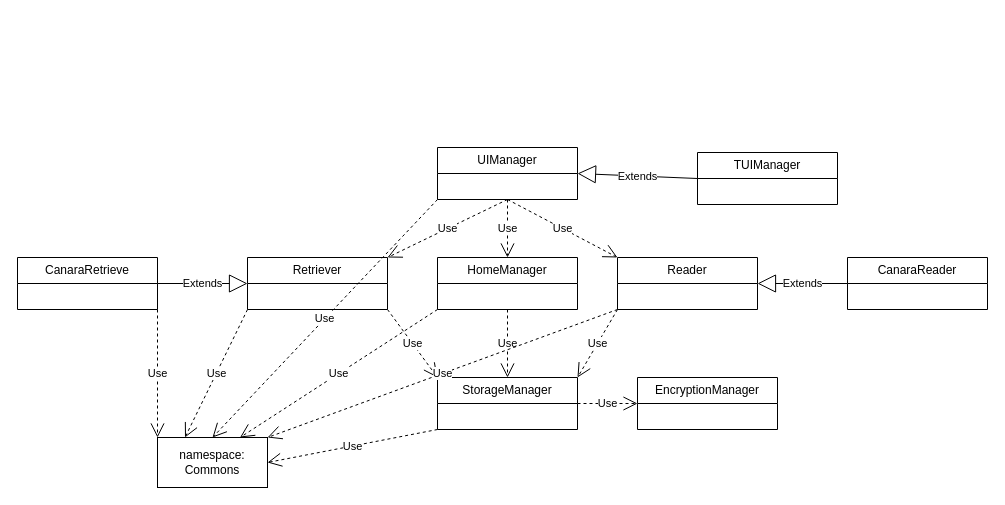
nofea/home-financials keeps this draw.io diagram as page "Class_Diagram" (3 of 3) of doc/unified_dia_doc.drawio. Above is the earlier version. Source tidied: cells renumbered, new cells numbered last; positions are measured from the earlier drawing's top-left corner, leaving out a move shared by most shapes. Both pictures are drawn from the tidied source at 100%, with x=0, y=0 at pixel (17, 147).
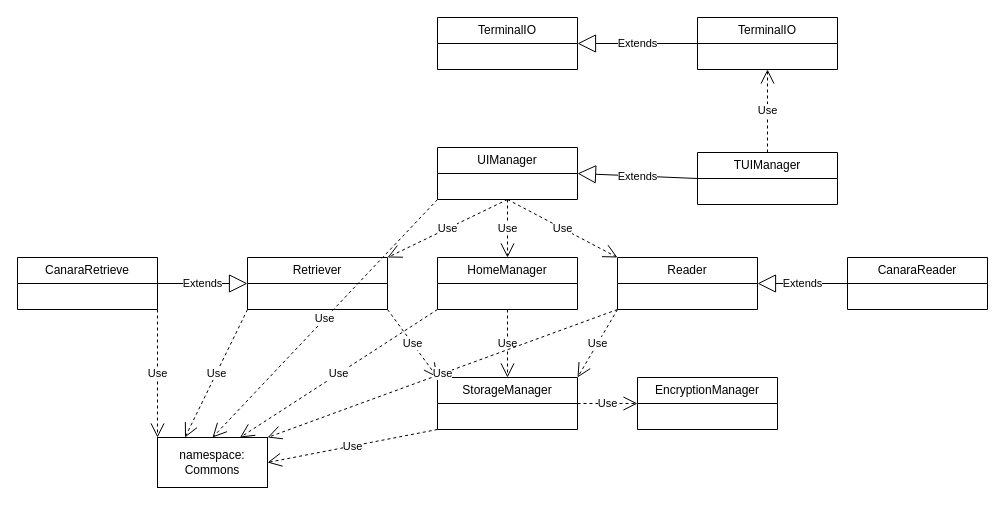
The same diagram, later.

Commit message (it also covers changes not shown here):
Split IOInterface and TerminalIO files

The change refers to these unchanged cells:
```xml
<mxCell id="16" value="TUIManager" style="swimlane;fontStyle=0;horizontal=1;startSize=26;fillColor=none;whiteSpace=wrap;html=1;" parent="1" vertex="1">
  <mxGeometry x="680" y="5" width="140" height="52" as="geometry" />
</mxCell>
```

Diff of the diagram source:
```diff
@@
+    <mxCell id="28" value="TerminalIO" style="swimlane;fontStyle=0;horizontal=1;startSize=26;fillColor=none;whiteSpace=wrap;html=1;" parent="1" vertex="1">
+      <mxGeometry x="680" y="-130" width="140" height="52" as="geometry" />
+    </mxCell>
+    <mxCell id="29" value="Use" style="endArrow=open;endSize=12;dashed=1;html=1;rounded=0;exitX=0.5;exitY=0;exitDx=0;exitDy=0;entryX=0.5;entryY=1;entryDx=0;entryDy=0;" parent="1" edge="1" source="16" target="28">
+      <mxGeometry relative="1" as="geometry" />
+    </mxCell>
+    <mxCell id="30" value="TerminalIO" style="swimlane;fontStyle=0;horizontal=1;startSize=26;fillColor=none;whiteSpace=wrap;html=1;" parent="1" vertex="1">
+      <mxGeometry x="420" y="-130" width="140" height="52" as="geometry" />
+    </mxCell>
+    <mxCell id="31" value="Extends" style="endArrow=block;endSize=16;endFill=0;html=1;rounded=0;entryX=1;entryY=0.5;entryDx=0;entryDy=0;exitX=0;exitY=0.5;exitDx=0;exitDy=0;" parent="1" edge="1" source="28" target="30">
+      <mxGeometry relative="1" as="geometry" />
+    </mxCell>
```
